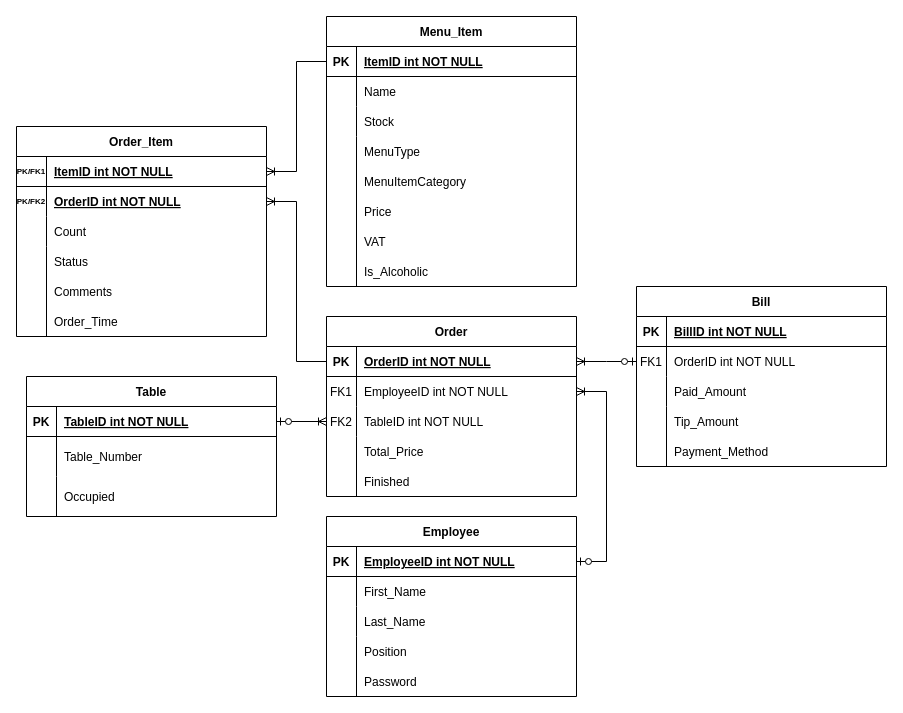
The draw.io diagram aaa123.drawio in tnb1604/tnb1604, before the edit. Source tidied: cells renumbered, new cells numbered last; positions are measured from the earlier drawing's top-left corner, leaving out a move shared by most shapes. Both pictures are drawn from the tidied source at 100%, with x=0, y=0 at pixel (16, 16).
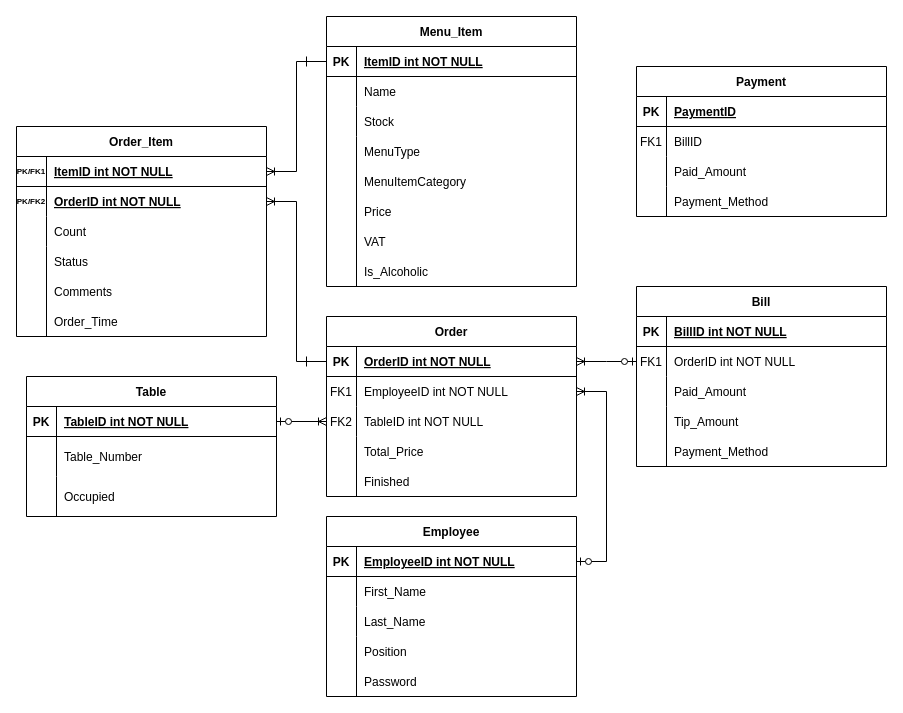
The same page after the edit.

Diff of the diagram source:
```diff
@@
+    <mxCell id="106" style="endArrow=none;html=1;rounded=0;" parent="1" edge="1">
+      <mxGeometry relative="1" as="geometry">
+        <mxPoint x="290" y="50" as="sourcePoint" />
+        <mxPoint x="290" y="40" as="targetPoint" />
+      </mxGeometry>
+    </mxCell>
+    <mxCell id="107" style="endArrow=none;html=1;rounded=0;" parent="1" edge="1">
+      <mxGeometry relative="1" as="geometry">
+        <mxPoint x="290" y="350" as="sourcePoint" />
+        <mxPoint x="290" y="340" as="targetPoint" />
+      </mxGeometry>
+    </mxCell>
+    <mxCell id="108" style="group;" parent="1" vertex="1">
+      <mxGeometry x="620" y="50" width="250" height="180" as="geometry" />
+    </mxCell>
+    <mxCell id="109" value="Payment" style="shape=table;startSize=30;childLayout=tableLayout;rowLines=0;fontStyle=1;align=center;" parent="108" vertex="1">
+      <mxGeometry width="250" height="150" as="geometry" />
+    </mxCell>
+    <mxCell id="110" style="shape=partialRectangle;fillColor=none;top=0;left=0;right=0;bottom=1;" parent="109" vertex="1">
+      <mxGeometry y="30" width="250" height="30" as="geometry" />
+    </mxCell>
+    <mxCell id="111" value="PK" style="shape=partialRectangle;overflow=hidden;fillColor=none;top=0;left=0;bottom=0;right=0;fontStyle=1;" parent="110" vertex="1">
+      <mxGeometry width="30" height="30" as="geometry" />
+    </mxCell>
+    <mxCell id="112" value="PaymentID" style="shape=partialRectangle;overflow=hidden;fillColor=none;top=0;left=0;bottom=0;right=0;align=left;spacingLeft=6;fontStyle=5;" parent="110" vertex="1">
+      <mxGeometry x="30" width="220" height="30" as="geometry" />
+    </mxCell>
+    <mxCell id="113" style="shape=partialRectangle;fillColor=none;top=0;left=0;right=0;bottom=0;" parent="109" vertex="1">
+      <mxGeometry y="60" width="250" height="30" as="geometry" />
+    </mxCell>
+    <mxCell id="114" value="FK1" style="shape=partialRectangle;overflow=hidden;fillColor=none;top=0;left=0;bottom=0;right=0;" parent="113" vertex="1">
+      <mxGeometry width="30" height="30" as="geometry" />
+    </mxCell>
+    <mxCell id="115" value="BillID" style="shape=partialRectangle;overflow=hidden;fillColor=none;top=0;left=0;bottom=0;right=0;align=left;spacingLeft=6;" parent="113" vertex="1">
+      <mxGeometry x="30" width="220" height="30" as="geometry" />
+    </mxCell>
+    <mxCell id="116" style="shape=partialRectangle;fillColor=none;top=0;left=0;right=0;bottom=0;" parent="109" vertex="1">
+      <mxGeometry y="90" width="250" height="30" as="geometry" />
+    </mxCell>
+    <mxCell id="117" style="shape=partialRectangle;overflow=hidden;fillColor=none;top=0;left=0;bottom=0;right=0;" parent="116" vertex="1">
+      <mxGeometry width="30" height="30" as="geometry" />
+    </mxCell>
+    <mxCell id="118" value="Paid_Amount" style="shape=partialRectangle;overflow=hidden;fillColor=none;top=0;left=0;bottom=0;right=0;align=left;spacingLeft=6;" parent="116" vertex="1">
+      <mxGeometry x="30" width="220" height="30" as="geometry" />
+    </mxCell>
+    <mxCell id="119" style="shape=partialRectangle;overflow=hidden;fillColor=none;top=0;left=0;bottom=0;right=0;" parent="108" vertex="1">
+      <mxGeometry y="120" width="30" height="30" as="geometry" />
+    </mxCell>
+    <mxCell id="120" value="Payment_Method" style="shape=partialRectangle;overflow=hidden;fillColor=none;top=0;left=0;bottom=0;right=0;align=left;spacingLeft=6;" parent="108" vertex="1">
+      <mxGeometry x="30" y="120" width="220" height="30" as="geometry" />
+    </mxCell>
+    <mxCell id="121" style="shape=partialRectangle;overflow=hidden;fillColor=none;top=0;left=0;bottom=0;right=0;" parent="108" vertex="1">
+      <mxGeometry y="150" width="30" height="30" as="geometry" />
+    </mxCell>
+    <mxCell id="122" style="endArrow=none;html=1;rounded=0;" parent="108" edge="1">
+      <mxGeometry relative="1" as="geometry">
+        <mxPoint x="30" y="150" as="sourcePoint" />
+        <mxPoint x="30" y="120" as="targetPoint" />
+      </mxGeometry>
+    </mxCell>
```
